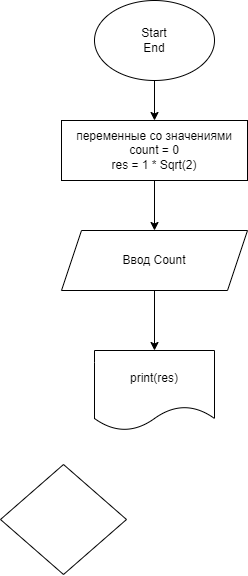
This is ex000.drawio.png from nikita-gorbachew/praktica, a draw.io export, as it was before one commit. Source tidied: cells renumbered, new cells last; positions are measured from the earlier drawing's top-left corner, leaving out a move shared by most shapes.
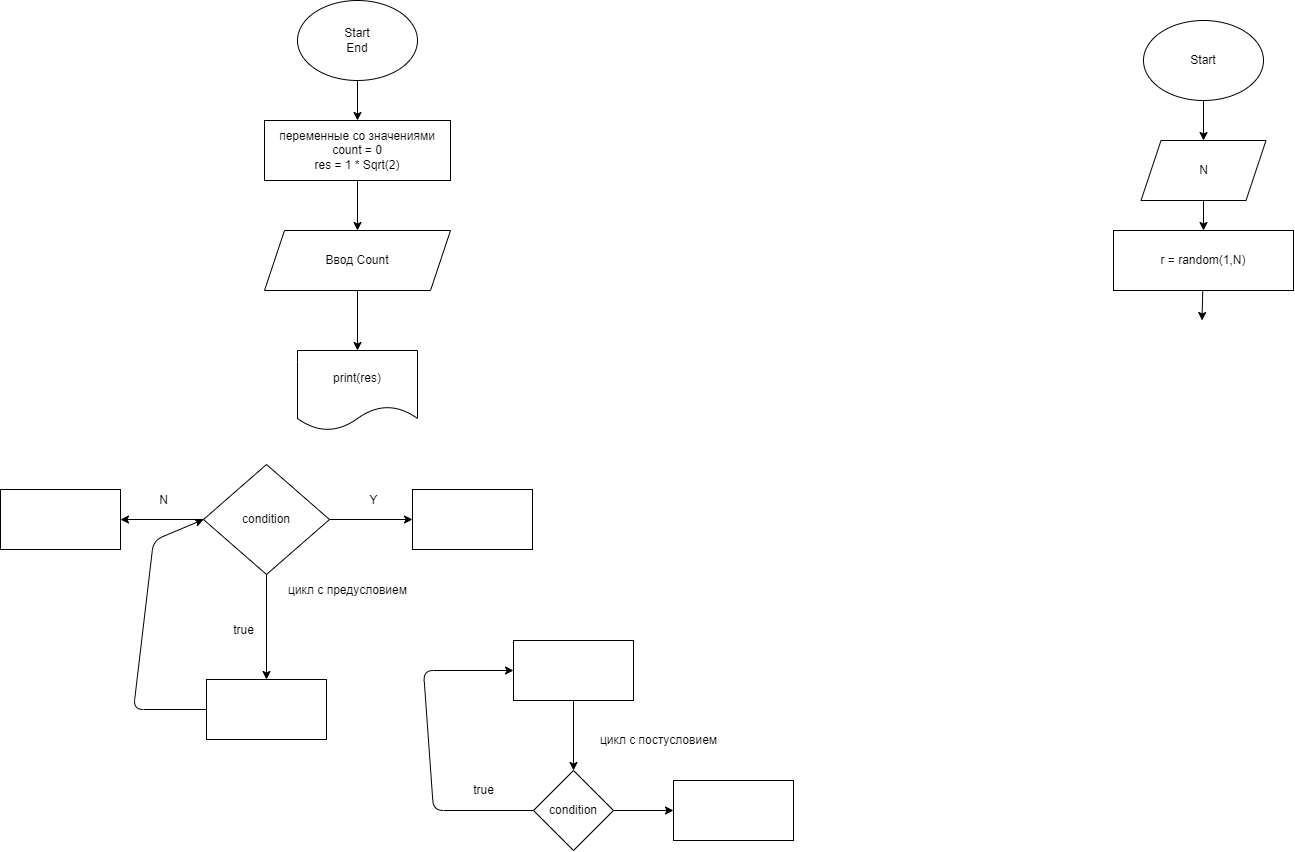
Above is the later version.

Change to the diagram source:
```diff
@@ -23,8 +23,95 @@
     <mxCell id="8" value="print(res)" style="shape=document;whiteSpace=wrap;html=1;boundedLbl=1;" parent="1" vertex="1">
       <mxGeometry x="94" y="350" width="120" height="80" as="geometry" />
     </mxCell>
+    <mxCell id="10" style="edgeStyle=none;html=1;" parent="1" edge="1" source="9" target="13">
+      <mxGeometry relative="1" as="geometry" />
+    </mxCell>
+    <mxCell id="11" style="edgeStyle=none;html=1;" parent="1" edge="1" source="9" target="14">
+      <mxGeometry relative="1" as="geometry" />
+    </mxCell>
+    <mxCell id="12" style="edgeStyle=none;html=1;" parent="1" edge="1" source="9" target="18">
+      <mxGeometry relative="1" as="geometry" />
+    </mxCell>
-    <mxCell id="9" style="rhombus;whiteSpace=wrap;html=1;" parent="1" vertex="1">
+    <mxCell id="9" value="condition" style="rhombus;whiteSpace=wrap;html=1;" parent="1" vertex="1">
       <mxGeometry y="464" width="126" height="110" as="geometry" />
     </mxCell>
+    <mxCell id="13" style="whiteSpace=wrap;html=1;" parent="1" vertex="1">
+      <mxGeometry x="-203" y="489" width="120" height="60" as="geometry" />
+    </mxCell>
+    <mxCell id="14" style="whiteSpace=wrap;html=1;" parent="1" vertex="1">
+      <mxGeometry x="209" y="489" width="120" height="60" as="geometry" />
+    </mxCell>
+    <mxCell id="15" value="N" style="text;html=1;align=center;verticalAlign=middle;strokeColor=none;fillColor=none;" parent="1" vertex="1">
+      <mxGeometry x="-50" y="490" width="20" height="20" as="geometry" />
+    </mxCell>
+    <mxCell id="16" value="Y" style="text;html=1;align=center;verticalAlign=middle;strokeColor=none;fillColor=none;" parent="1" vertex="1">
+      <mxGeometry x="160" y="490" width="20" height="20" as="geometry" />
+    </mxCell>
+    <mxCell id="17" style="edgeStyle=none;html=1;entryX=0;entryY=0.5;entryDx=0;entryDy=0;" parent="1" edge="1" source="18" target="9">
+      <mxGeometry relative="1" as="geometry">
+        <Array as="points">
+          <mxPoint x="-70" y="709" />
+          <mxPoint x="-50" y="540" />
+        </Array>
+      </mxGeometry>
+    </mxCell>
+    <mxCell id="18" style="whiteSpace=wrap;html=1;" parent="1" vertex="1">
+      <mxGeometry x="3" y="679" width="120" height="60" as="geometry" />
+    </mxCell>
+    <mxCell id="19" value="true" style="text;html=1;align=center;verticalAlign=middle;strokeColor=none;fillColor=none;" parent="1" vertex="1">
+      <mxGeometry x="20" y="620" width="40" height="20" as="geometry" />
+    </mxCell>
+    <mxCell id="20" style="edgeStyle=none;html=1;" parent="1" edge="1" source="21" target="26">
+      <mxGeometry relative="1" as="geometry" />
+    </mxCell>
+    <mxCell id="21" style="rounded=0;whiteSpace=wrap;html=1;" parent="1" vertex="1">
+      <mxGeometry x="310" y="640" width="120" height="60" as="geometry" />
+    </mxCell>
+    <mxCell id="22" value="цикл с предусловием" style="text;html=1;align=center;verticalAlign=middle;strokeColor=none;fillColor=none;" parent="1" vertex="1">
+      <mxGeometry x="79" y="580" width="130" height="20" as="geometry" />
+    </mxCell>
+    <mxCell id="23" value="цикл с постусловием" style="text;html=1;align=center;verticalAlign=middle;strokeColor=none;fillColor=none;" parent="1" vertex="1">
+      <mxGeometry x="390" y="730" width="130" height="20" as="geometry" />
+    </mxCell>
+    <mxCell id="24" style="edgeStyle=none;html=1;entryX=0;entryY=0.5;entryDx=0;entryDy=0;" parent="1" edge="1" source="26" target="21">
+      <mxGeometry relative="1" as="geometry">
+        <Array as="points">
+          <mxPoint x="230" y="810" />
+          <mxPoint x="220" y="670" />
+        </Array>
+      </mxGeometry>
+    </mxCell>
+    <mxCell id="25" style="edgeStyle=none;html=1;" parent="1" edge="1" source="26" target="28">
+      <mxGeometry relative="1" as="geometry" />
+    </mxCell>
+    <mxCell id="26" value="condition" style="rhombus;whiteSpace=wrap;html=1;rounded=0;" parent="1" vertex="1">
+      <mxGeometry x="330" y="770" width="80" height="80" as="geometry" />
+    </mxCell>
+    <mxCell id="27" value="true" style="text;html=1;align=center;verticalAlign=middle;strokeColor=none;fillColor=none;" parent="1" vertex="1">
+      <mxGeometry x="260" y="780" width="40" height="20" as="geometry" />
+    </mxCell>
+    <mxCell id="28" style="whiteSpace=wrap;html=1;rounded=0;" parent="1" vertex="1">
+      <mxGeometry x="470" y="780" width="120" height="60" as="geometry" />
+    </mxCell>
+    <mxCell id="29" style="edgeStyle=none;html=1;entryX=0.5;entryY=0;entryDx=0;entryDy=0;" parent="1" edge="1" source="30" target="32">
+      <mxGeometry relative="1" as="geometry" />
+    </mxCell>
+    <mxCell id="30" value="Start" style="ellipse;whiteSpace=wrap;html=1;" parent="1" vertex="1">
+      <mxGeometry x="940" y="20" width="120" height="80" as="geometry" />
+    </mxCell>
+    <mxCell id="31" style="edgeStyle=none;html=1;" parent="1" edge="1" source="32" target="34">
+      <mxGeometry relative="1" as="geometry" />
+    </mxCell>
+    <mxCell id="32" value="N" style="shape=parallelogram;perimeter=parallelogramPerimeter;whiteSpace=wrap;html=1;fixedSize=1;" parent="1" vertex="1">
+      <mxGeometry x="937.5" y="140" width="125" height="60" as="geometry" />
+    </mxCell>
+    <mxCell id="33" style="edgeStyle=none;html=1;" parent="1" edge="1" source="34">
+      <mxGeometry relative="1" as="geometry">
+        <mxPoint x="998.5" y="320" as="targetPoint" />
+      </mxGeometry>
+    </mxCell>
+    <mxCell id="34" value="r = random(1,N)" style="whiteSpace=wrap;html=1;" parent="1" vertex="1">
+      <mxGeometry x="910" y="230" width="180" height="60" as="geometry" />
+    </mxCell>
   </root>
 </mxGraphModel>
```
